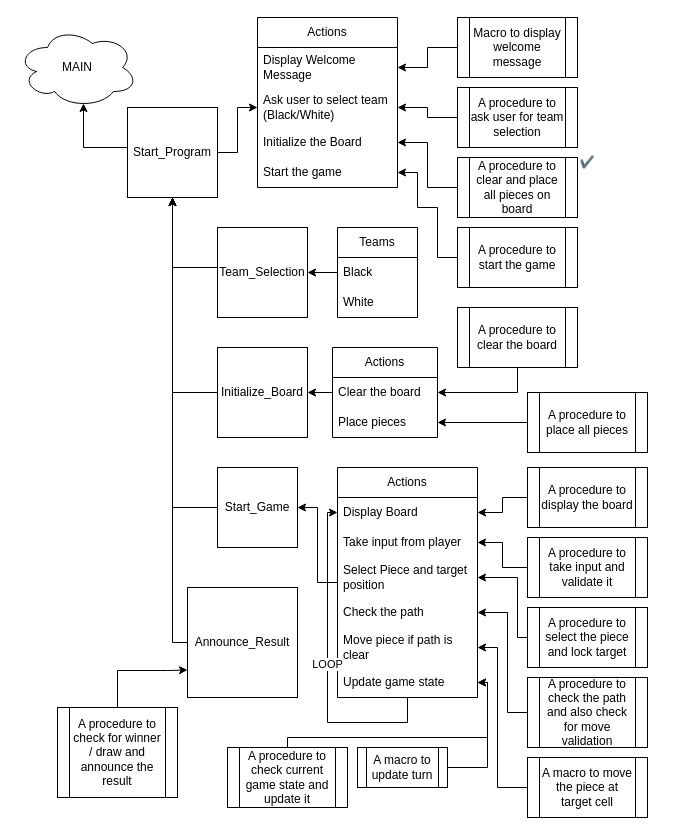
TalhaProgrammer92/Assembly-8086 keeps this draw.io diagram as chess/Flow-Diagram.drawio. Above is the earlier version. Source tidied: cells renumbered, new cells numbered last; positions are measured from the earlier drawing's top-left corner, leaving out a move shared by most shapes. Both pictures are drawn from the tidied source at 100%, with x=0, y=0 at pixel (17, 17).
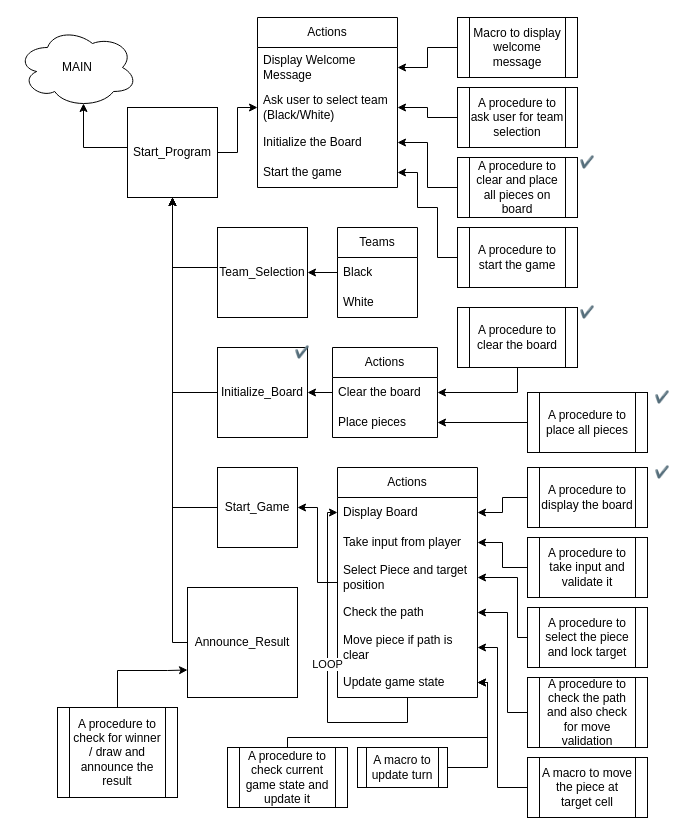
The same page after the edit.

What changed in the source:
```diff
@@
+    <mxCell id="65" value="✔️" style="text;html=1;whiteSpace=wrap;strokeColor=none;fillColor=none;align=center;verticalAlign=middle;rounded=0;" parent="1" vertex="1">
+      <mxGeometry x="280" y="330" width="10" height="10" as="geometry" />
+    </mxCell>
+    <mxCell id="66" value="✔️" style="text;html=1;whiteSpace=wrap;strokeColor=none;fillColor=none;align=center;verticalAlign=middle;rounded=0;" parent="1" vertex="1">
+      <mxGeometry x="565" y="290" width="10" height="10" as="geometry" />
+    </mxCell>
+    <mxCell id="67" value="✔️" style="text;html=1;whiteSpace=wrap;strokeColor=none;fillColor=none;align=center;verticalAlign=middle;rounded=0;" parent="1" vertex="1">
+      <mxGeometry x="640" y="375" width="10" height="10" as="geometry" />
+    </mxCell>
+    <mxCell id="68" value="✔️" style="text;html=1;whiteSpace=wrap;strokeColor=none;fillColor=none;align=center;verticalAlign=middle;rounded=0;" parent="1" vertex="1">
+      <mxGeometry x="640" y="450" width="10" height="10" as="geometry" />
+    </mxCell>
```
